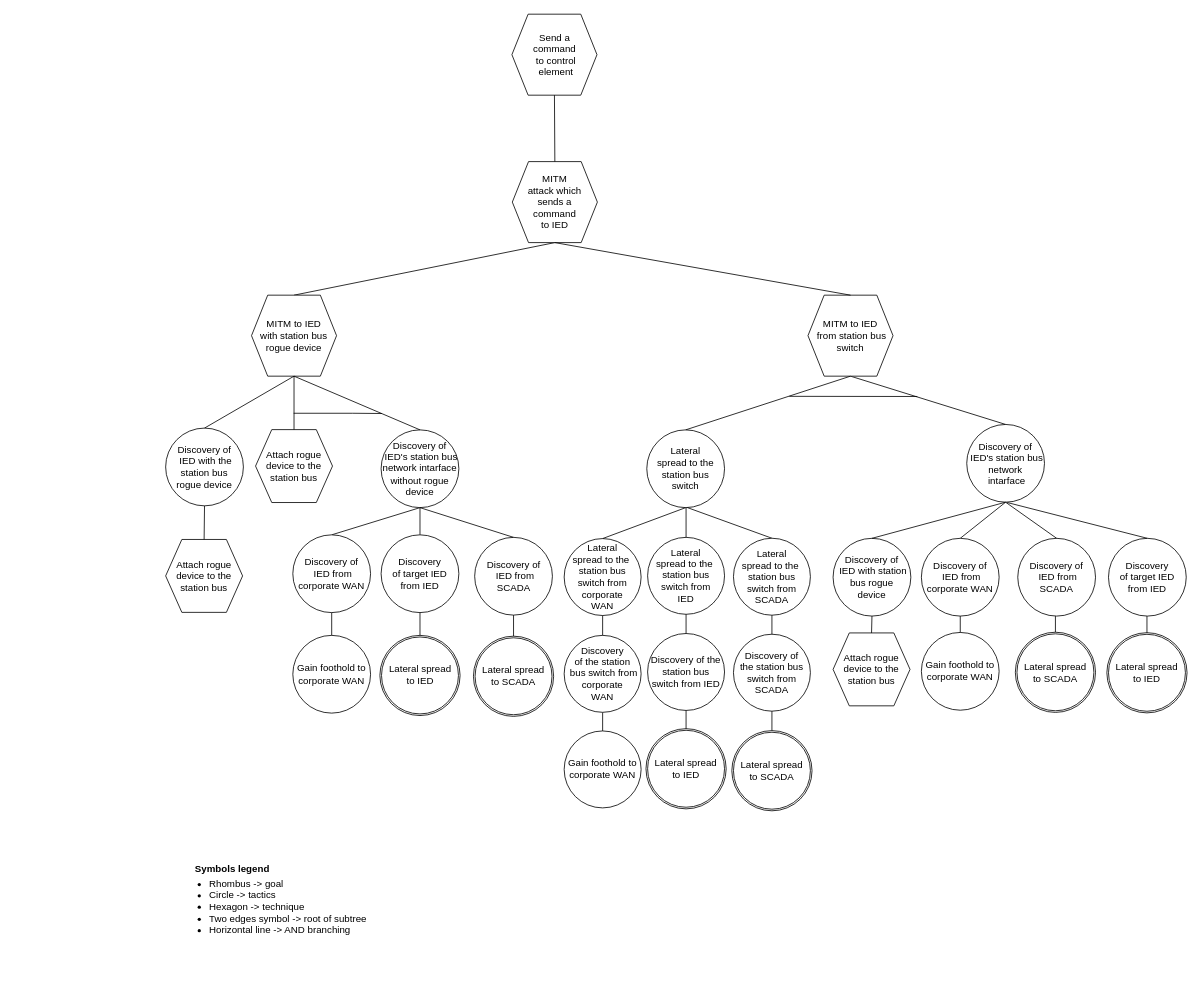
This is drawIO_trees/solution_5_3.drawio from mihaelM/Attack_trees, a draw.io file, before an edit. Source tidied: cells renumbered, new cells numbered last; positions are measured from the earlier drawing's top-left corner, leaving out a move shared by most shapes. Both pictures are drawn from the tidied source at 81%, with x=0, y=0 at pixel (165, 14).
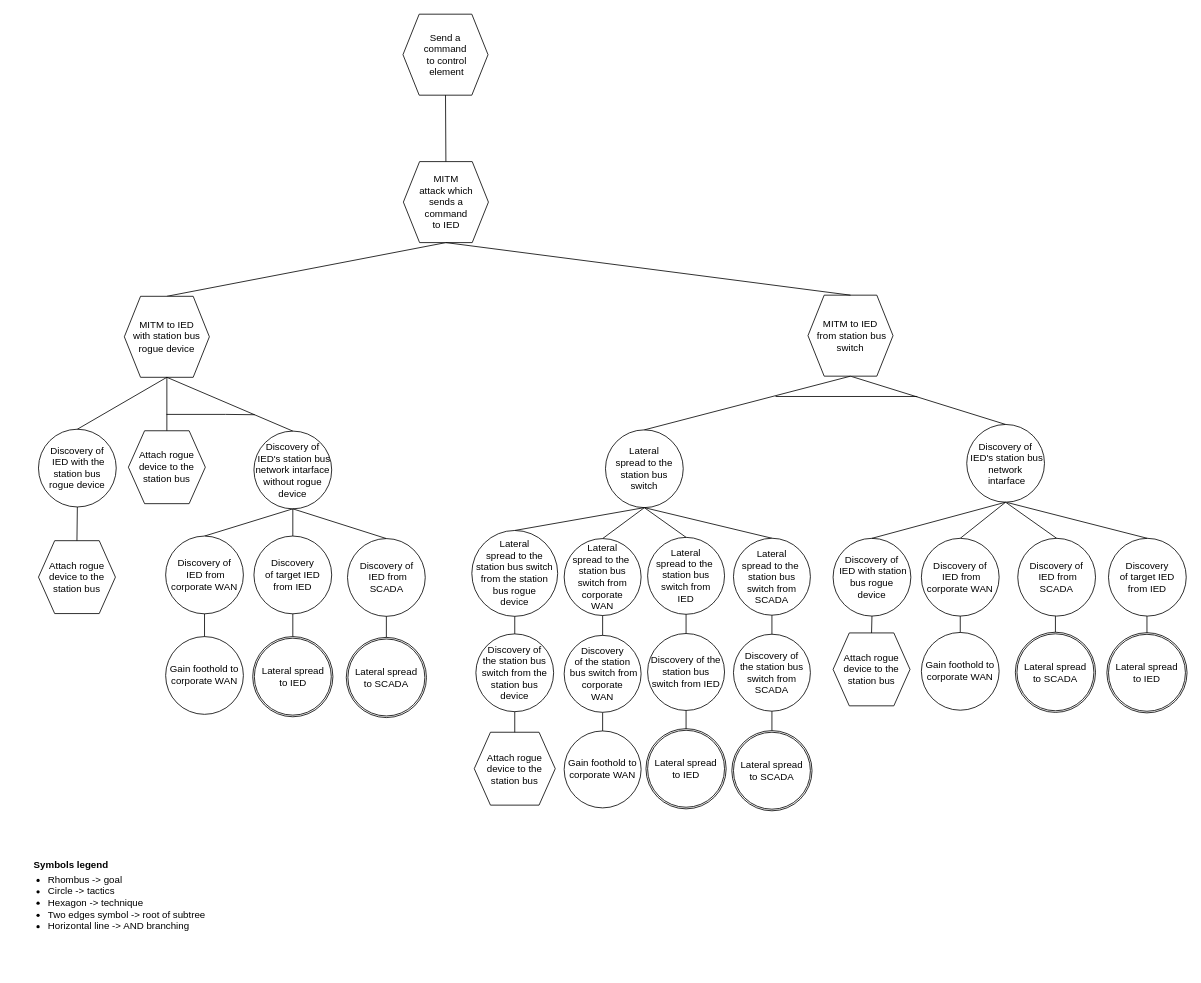
The same page after the edit.

The change refers to these unchanged cells:
```xml
<mxCell id="36" value="Lateral &lt;br&gt;spread to the&amp;nbsp;&lt;br&gt;station bus switch from &lt;br&gt;IED" style="ellipse;whiteSpace=wrap;html=1;" parent="1" vertex="1">
  <mxGeometry x="595" y="645.9" width="95" height="95" as="geometry" />
</mxCell>
<mxCell id="40" value="Lateral &lt;br&gt;spread to the&amp;nbsp;&lt;br&gt;station bus switch from &lt;br&gt;SCADA" style="ellipse;whiteSpace=wrap;html=1;" parent="1" vertex="1">
  <mxGeometry x="701" y="647" width="95" height="95" as="geometry" />
</mxCell>
```

Change to the diagram source:
```diff
@@
     <mxCell id="3" value="&lt;span style=&quot;font-family: &amp;#34;helvetica&amp;#34;&quot;&gt;Send a&lt;/span&gt;&lt;br style=&quot;font-family: &amp;#34;helvetica&amp;#34;&quot;&gt;&lt;span style=&quot;font-family: &amp;#34;helvetica&amp;#34;&quot;&gt;command&lt;/span&gt;&lt;br style=&quot;font-family: &amp;#34;helvetica&amp;#34;&quot;&gt;&lt;span style=&quot;font-family: &amp;#34;helvetica&amp;#34;&quot;&gt;&amp;nbsp;to control&lt;/span&gt;&lt;br style=&quot;font-family: &amp;#34;helvetica&amp;#34;&quot;&gt;&lt;span style=&quot;font-family: &amp;#34;helvetica&amp;#34;&quot;&gt;&amp;nbsp;element&lt;/span&gt;" style="shape=hexagon;perimeter=hexagonPerimeter2;whiteSpace=wrap;html=1;fixedSize=1;" parent="1" vertex="1">
-      <mxGeometry x="427.5" width="105" height="100" as="geometry" />
+      <mxGeometry x="293" width="105" height="100" as="geometry" />
     </mxCell>
     <mxCell id="4" value="MITM &lt;br&gt;attack which &lt;br&gt;sends a&lt;br&gt;command &lt;br&gt;to&amp;nbsp;IED" style="shape=hexagon;perimeter=hexagonPerimeter2;whiteSpace=wrap;html=1;fixedSize=1;size=20;" parent="1" vertex="1">
-      <mxGeometry x="428" y="182" width="105" height="100" as="geometry" />
+      <mxGeometry x="293.5" y="182" width="105" height="100" as="geometry" />
     </mxCell>
     <mxCell id="5" value="Attach rogue device to the station bus" style="shape=hexagon;perimeter=hexagonPerimeter2;whiteSpace=wrap;html=1;fixedSize=1;" parent="1" vertex="1">
-      <mxGeometry y="648.5" width="95" height="90" as="geometry" />
+      <mxGeometry x="-157" y="650" width="95" height="90" as="geometry" />
     </mxCell>
     <mxCell id="6" value="Discovery of&lt;br&gt;&amp;nbsp;IED with the station bus &lt;br&gt;rogue&amp;nbsp;device" style="ellipse;whiteSpace=wrap;html=1;" parent="1" vertex="1">
-      <mxGeometry y="511" width="96" height="96" as="geometry" />
+      <mxGeometry x="-157" y="512.4" width="96" height="96" as="geometry" />
     </mxCell>
@@
     <mxCell id="8" value="Lateral&lt;br&gt;&amp;nbsp;spread to the&amp;nbsp;&lt;br&gt;station bus switch" style="ellipse;whiteSpace=wrap;html=1;" parent="1" vertex="1">
-      <mxGeometry x="594" y="513.2" width="96" height="96" as="geometry" />
+      <mxGeometry x="543" y="513.2" width="96" height="96" as="geometry" />
     </mxCell>
@@
     <mxCell id="16" value="MITM to IED &lt;br&gt;with station bus &lt;br&gt;rogue device" style="shape=hexagon;perimeter=hexagonPerimeter2;whiteSpace=wrap;html=1;fixedSize=1;" parent="1" vertex="1">
-      <mxGeometry x="106" y="346.9" width="105" height="100" as="geometry" />
+      <mxGeometry x="-51" y="348.3" width="105" height="100" as="geometry" />
     </mxCell>
@@
-    <mxCell id="38" style="endArrow=none;html=1;rounded=0;entryX=0.5;entryY=0;entryDx=0;entryDy=0;exitX=0.5;exitY=1;exitDx=0;exitDy=0;" parent="1" edge="1" target="36">
-      <mxGeometry relative="1" as="geometry">
-        <mxPoint x="642.5" y="609.2" as="sourcePoint" />
-      </mxGeometry>
+    <mxCell id="38" style="endArrow=none;html=1;rounded=0;entryX=0.5;entryY=0;entryDx=0;entryDy=0;exitX=0.5;exitY=1;exitDx=0;exitDy=0;" parent="1" edge="1" source="8" target="36">
+      <mxGeometry relative="1" as="geometry" />
     </mxCell>
-    <mxCell id="39" style="endArrow=none;html=1;rounded=0;entryX=0.5;entryY=0;entryDx=0;entryDy=0;" parent="1" edge="1" target="40">
-      <mxGeometry relative="1" as="geometry">
-        <mxPoint x="644" y="609.1" as="sourcePoint" />
-      </mxGeometry>
+    <mxCell id="39" style="endArrow=none;html=1;rounded=0;entryX=0.5;entryY=0;entryDx=0;entryDy=0;exitX=0.5;exitY=1;exitDx=0;exitDy=0;" parent="1" edge="1" source="8" target="40">
+      <mxGeometry relative="1" as="geometry" />
     </mxCell>
@@
     <mxCell id="45" style="endArrow=none;html=1;rounded=0;" parent="1" edge="1">
       <mxGeometry relative="1" as="geometry">
-        <mxPoint x="770" y="471.8" as="sourcePoint" />
+        <mxPoint x="753" y="472" as="sourcePoint" />
         <mxPoint x="928" y="472" as="targetPoint" />
       </mxGeometry>
     </mxCell>
     <mxCell id="46" value="Gain foothold to corporate WAN" style="ellipse;whiteSpace=wrap;html=1;" parent="1" vertex="1">
-      <mxGeometry x="157" y="766.9" width="96" height="96" as="geometry" />
+      <mxGeometry y="768.4" width="96" height="96" as="geometry" />
     </mxCell>
@@
     <mxCell id="48" value="Discovery of&lt;br&gt;&amp;nbsp;IED's station bus network intarface without rogue device" style="ellipse;whiteSpace=wrap;html=1;" parent="1" vertex="1">
-      <mxGeometry x="266" y="513.2" width="96" height="96" as="geometry" />
+      <mxGeometry x="109" y="514.7" width="96" height="96" as="geometry" />
     </mxCell>
@@
     <mxCell id="50" value="Discovery of&lt;br&gt;&amp;nbsp;IED from corporate WAN" style="ellipse;whiteSpace=wrap;html=1;" parent="1" vertex="1">
-      <mxGeometry x="157" y="642.8" width="96" height="96" as="geometry" />
+      <mxGeometry y="644.3" width="96" height="96" as="geometry" />
     </mxCell>
@@
     <mxCell id="52" value="Discovery of&lt;br&gt;&amp;nbsp;IED from SCADA" style="ellipse;whiteSpace=wrap;html=1;" parent="1" vertex="1">
-      <mxGeometry x="381.5" y="645.9" width="96" height="96" as="geometry" />
+      <mxGeometry x="224.5" y="647.4" width="96" height="96" as="geometry" />
     </mxCell>
@@
     <mxCell id="54" value="Attach rogue device to the station bus" style="shape=hexagon;perimeter=hexagonPerimeter2;whiteSpace=wrap;html=1;fixedSize=1;" parent="1" vertex="1">
-      <mxGeometry x="111" y="512.9" width="95" height="90" as="geometry" />
+      <mxGeometry x="-46" y="514.3" width="95" height="90" as="geometry" />
     </mxCell>
@@
     <mxCell id="56" style="endArrow=none;html=1;rounded=0;" parent="1" edge="1">
       <mxGeometry relative="1" as="geometry">
-        <mxPoint x="158" y="492.7" as="sourcePoint" />
-        <mxPoint x="267" y="493" as="targetPoint" />
+        <mxPoint x="1" y="494.1" as="sourcePoint" />
+        <mxPoint x="110" y="494.5" as="targetPoint" />
         <Array as="points">
-          <mxPoint x="231" y="492.7" />
+          <mxPoint x="74" y="494.1" />
         </Array>
       </mxGeometry>
     </mxCell>
@@
     <mxCell id="58" value="Discovery&lt;br&gt;of target IED from IED" style="ellipse;whiteSpace=wrap;html=1;" parent="1" vertex="1">
-      <mxGeometry x="266" y="642.8" width="96" height="96" as="geometry" />
+      <mxGeometry x="109" y="644.3" width="96" height="96" as="geometry" />
     </mxCell>
@@
     <mxCell id="60" value="&lt;font style=&quot;font-size: 12px&quot;&gt;Symbols legend&lt;/font&gt;" style="text;strokeColor=none;fillColor=none;html=1;fontSize=24;fontStyle=1;verticalAlign=middle;align=center;" parent="1" vertex="1">
-      <mxGeometry x="32" y="1031" width="100" height="40" as="geometry" />
+      <mxGeometry x="-167" y="1026" width="100" height="40" as="geometry" />
     </mxCell>
     <mxCell id="61" value="&lt;ul&gt;&lt;li&gt;&lt;span&gt;Rhombus -&amp;gt; goal&lt;/span&gt;&lt;/li&gt;&lt;li&gt;&lt;span&gt;Circle -&amp;gt; tactics&lt;/span&gt;&lt;br&gt;&lt;/li&gt;&lt;li&gt;Hexagon -&amp;gt; technique&lt;/li&gt;&lt;li&gt;Two edges symbol -&amp;gt; root of subtree&lt;/li&gt;&lt;li&gt;Horizontal line -&amp;gt; AND branching&lt;/li&gt;&lt;/ul&gt;" style="text;strokeColor=none;fillColor=none;html=1;whiteSpace=wrap;verticalAlign=middle;overflow=hidden;fontSize=12;" parent="1" vertex="1">
-      <mxGeometry x="12" y="1025" width="256" height="154" as="geometry" />
+      <mxGeometry x="-187" y="1020" width="256" height="154" as="geometry" />
     </mxCell>
     <mxCell id="62" style="endArrow=none;html=1;rounded=0;startArrow=none;" parent="1" edge="1" target="64">
       <mxGeometry relative="1" as="geometry">
-        <mxPoint x="314" y="738.8" as="sourcePoint" />
+        <mxPoint x="157" y="740.3" as="sourcePoint" />
       </mxGeometry>
     </mxCell>
     <mxCell id="63" style="ellipse;whiteSpace=wrap;html=1;" parent="1" vertex="1">
-      <mxGeometry x="264.5" y="766.9" width="99" height="99" as="geometry" />
+      <mxGeometry x="107.5" y="768.4" width="99" height="99" as="geometry" />
     </mxCell>
     <mxCell id="64" value="Lateral spread&lt;br&gt;to IED" style="ellipse;whiteSpace=wrap;html=1;" parent="1" vertex="1">
-      <mxGeometry x="266.5" y="768.9" width="95" height="95" as="geometry" />
+      <mxGeometry x="109.5" y="770.4" width="95" height="95" as="geometry" />
     </mxCell>
     <mxCell id="65" style="ellipse;whiteSpace=wrap;html=1;" parent="1" vertex="1">
-      <mxGeometry x="380" y="767.9" width="99" height="99" as="geometry" />
+      <mxGeometry x="223" y="769.4" width="99" height="99" as="geometry" />
     </mxCell>
     <mxCell id="66" value="Lateral spread&lt;br&gt;to SCADA" style="ellipse;whiteSpace=wrap;html=1;" parent="1" vertex="1">
-      <mxGeometry x="382" y="769.9" width="95" height="95" as="geometry" />
+      <mxGeometry x="225" y="771.4" width="95" height="95" as="geometry" />
     </mxCell>
@@
+    <mxCell id="77" style="endArrow=none;html=1;rounded=0;entryX=0.5;entryY=0;entryDx=0;entryDy=0;exitX=0.5;exitY=1;exitDx=0;exitDy=0;" parent="1" edge="1" source="8" target="78">
+      <mxGeometry relative="1" as="geometry" />
+    </mxCell>
+    <mxCell id="78" value="Lateral &lt;br&gt;spread to the station bus switch from the station bus rogue &lt;br&gt;device" style="ellipse;whiteSpace=wrap;html=1;" parent="1" vertex="1">
+      <mxGeometry x="378" y="637.4" width="106" height="106" as="geometry" />
+    </mxCell>
+    <mxCell id="79" value="Discovery of &lt;br&gt;the station bus switch from the station bus device" style="ellipse;whiteSpace=wrap;html=1;" parent="1" vertex="1">
+      <mxGeometry x="383" y="765.1" width="96" height="96" as="geometry" />
+    </mxCell>
+    <mxCell id="80" value="Attach rogue device to the station bus" style="shape=hexagon;perimeter=hexagonPerimeter2;whiteSpace=wrap;html=1;fixedSize=1;" parent="1" vertex="1">
+      <mxGeometry x="381" y="886.5" width="100" height="90" as="geometry" />
+    </mxCell>
+    <mxCell id="81" style="endArrow=none;html=1;rounded=0;entryX=0.5;entryY=1;entryDx=0;entryDy=0;" parent="1" edge="1" source="80" target="79">
+      <mxGeometry relative="1" as="geometry" />
+    </mxCell>
+    <mxCell id="82" style="endArrow=none;html=1;rounded=0;exitX=0.5;exitY=0;exitDx=0;exitDy=0;entryX=0.5;entryY=1;entryDx=0;entryDy=0;" parent="1" edge="1" source="79" target="78">
+      <mxGeometry relative="1" as="geometry" />
+    </mxCell>
```
